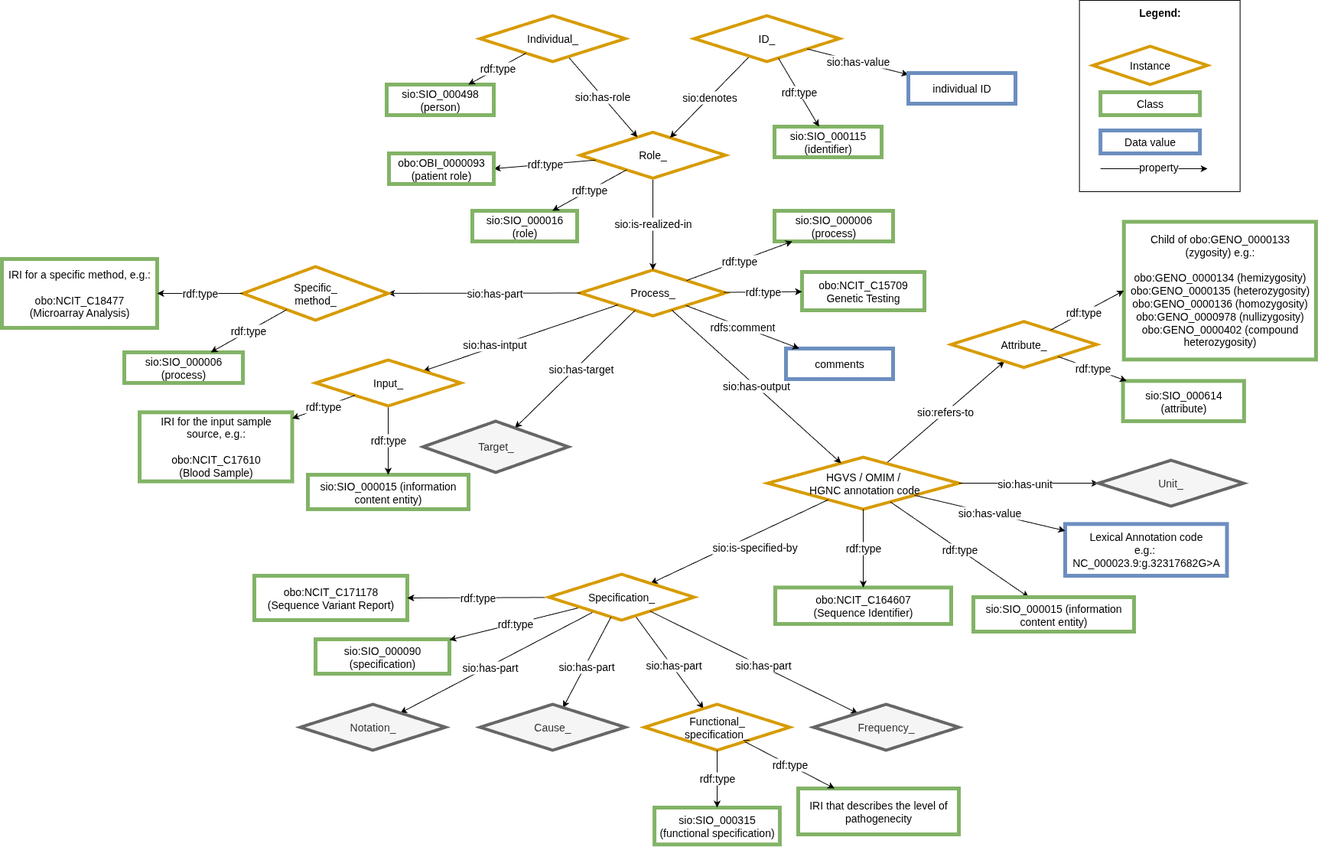
This is images/CARE-SM-Genetic.drawio.png from CARE-SM/CARE-Semantic-Model, a draw.io export, as it was before one commit. Source tidied: cells renumbered, new cells last; positions are measured from the earlier drawing's top-left corner, leaving out a move shared by most shapes.
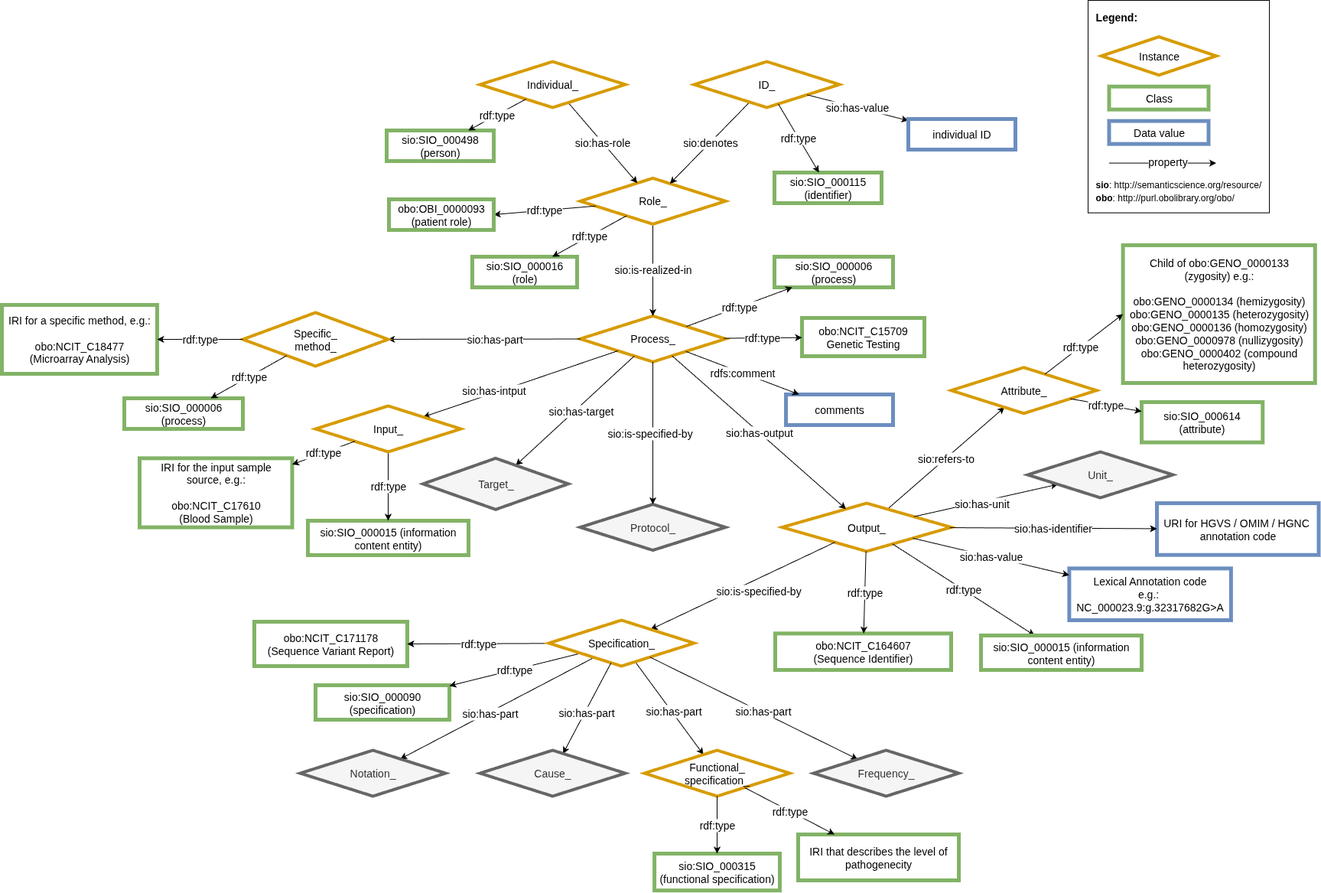
The same diagram one commit later.

What changed in the source:
```diff
@@ -5,8 +5,8 @@
     <mxCell id="2" value="sio:refers-to" style="edgeStyle=none;rounded=0;jettySize=auto;html=1;fontSize=14;" parent="1" edge="1" source="3" target="14">
       <mxGeometry relative="1" as="geometry" />
     </mxCell>
-    <mxCell id="3" value="&lt;div&gt;HGVS /&amp;nbsp;&lt;span style=&quot;background-color: transparent; color: light-dark(rgb(0, 0, 0), rgb(255, 255, 255));&quot;&gt;OMIM /&lt;/span&gt;&lt;/div&gt;&lt;div&gt;&lt;span style=&quot;background-color: transparent; color: light-dark(rgb(0, 0, 0), rgb(255, 255, 255));&quot;&gt;&amp;nbsp;&lt;/span&gt;&lt;span style=&quot;background-color: transparent; color: light-dark(rgb(0, 0, 0), rgb(255, 255, 255));&quot;&gt;HGNC annotation code&lt;/span&gt;&lt;/div&gt;" style="rhombus;whiteSpace=wrap;html=1;fillColor=#FFFFFF;strokeColor=#D79B00;perimeter=rhombusPerimeter;arcSize=20;comic=0;enumerate=0;strokeWidth=4;rounded=0;fontSize=14;" parent="1" vertex="1">
-      <mxGeometry x="1001" y="597.1" width="250" height="67.9" as="geometry" />
+    <mxCell id="3" value="&lt;div&gt;Output_&lt;/div&gt;" style="rhombus;whiteSpace=wrap;html=1;fillColor=#FFFFFF;strokeColor=#D79B00;perimeter=rhombusPerimeter;arcSize=20;comic=0;enumerate=0;strokeWidth=4;rounded=0;fontSize=14;" parent="1" vertex="1">
+      <mxGeometry x="1020" y="597.1" width="221" height="62.9" as="geometry" />
     </mxCell>
     <mxCell id="4" value="Process_" style="rhombus;whiteSpace=wrap;html=1;fillColor=#FFFFFF;strokeColor=#D79B00;perimeter=rhombusPerimeter;arcSize=20;comic=0;enumerate=0;strokeWidth=4;rounded=0;fontSize=14;" parent="1" vertex="1">
       <mxGeometry x="756" y="352.4" width="190" height="60" as="geometry" />
@@ -21,7 +21,7 @@
       <mxGeometry relative="1" as="geometry" />
     </mxCell>
     <mxCell id="8" value="&lt;font style=&quot;font-size: 14px;&quot;&gt;sio:SIO_000015 (information content entity)&lt;/font&gt;" style="whiteSpace=wrap;html=1;fillColor=#FFFFFF;strokeColor=#82b366;strokeWidth=5;fontSize=14;" parent="1" vertex="1">
-      <mxGeometry x="1270" y="780" width="210" height="45" as="geometry" />
+      <mxGeometry x="1280" y="770" width="210" height="45" as="geometry" />
     </mxCell>
     <mxCell id="9" value="Role_" style="rhombus;whiteSpace=wrap;html=1;fillColor=#FFFFFF;strokeColor=#D79B00;perimeter=rhombusPerimeter;arcSize=20;comic=0;enumerate=0;strokeWidth=4;rounded=0;fontSize=14;" parent="1" vertex="1">
       <mxGeometry x="756" y="172.4" width="190" height="60" as="geometry" />
@@ -42,7 +42,7 @@
       <mxGeometry x="1241" y="419.7" width="190" height="60" as="geometry" />
     </mxCell>
     <mxCell id="15" value="sio:SIO_000614 (attribute)" style="whiteSpace=wrap;html=1;fillColor=#FFFFFF;strokeColor=#82b366;strokeWidth=5;fontSize=14;" parent="1" vertex="1">
-      <mxGeometry x="1465.6" y="497.4" width="158.2" height="52.6" as="geometry" />
+      <mxGeometry x="1490" y="465" width="158.2" height="52.6" as="geometry" />
     </mxCell>
     <mxCell id="16" value="sio:SIO_000016 (role)" style="whiteSpace=wrap;html=1;fillColor=#FFFFFF;strokeColor=#82b366;strokeWidth=5;fontSize=14;" parent="1" vertex="1">
       <mxGeometry x="615" y="275" width="137" height="40" as="geometry" />
@@ -77,24 +77,6 @@
         <mxPoint x="13" y="-1" as="offset" />
       </mxGeometry>
     </mxCell>
-    <mxCell id="25" value="&lt;div style=&quot;text-align: left; font-size: 14px;&quot;&gt;&lt;span style=&quot;background-color: initial; font-size: 14px;&quot;&gt;&lt;b style=&quot;font-size: 14px;&quot;&gt;&lt;font style=&quot;font-size: 14px;&quot;&gt;Legend:&lt;/font&gt;&lt;/b&gt;&lt;/span&gt;&lt;/div&gt;&lt;div style=&quot;text-align: left; font-size: 14px;&quot;&gt;&lt;span style=&quot;background-color: initial; font-size: 14px;&quot;&gt;&lt;br style=&quot;font-size: 14px;&quot;&gt;&lt;/span&gt;&lt;/div&gt;&lt;div style=&quot;text-align: left; font-size: 14px;&quot;&gt;&lt;span style=&quot;background-color: initial; font-size: 14px;&quot;&gt;&lt;br style=&quot;font-size: 14px;&quot;&gt;&lt;/span&gt;&lt;/div&gt;&lt;div style=&quot;text-align: left; font-size: 14px;&quot;&gt;&lt;span style=&quot;background-color: initial; font-size: 14px;&quot;&gt;&lt;br style=&quot;font-size: 14px;&quot;&gt;&lt;/span&gt;&lt;/div&gt;&lt;div style=&quot;text-align: left; font-size: 14px;&quot;&gt;&lt;br style=&quot;font-size: 14px;&quot;&gt;&lt;/div&gt;&lt;div style=&quot;text-align: left; font-size: 14px;&quot;&gt;&lt;br style=&quot;font-size: 14px;&quot;&gt;&lt;/div&gt;&lt;div style=&quot;text-align: left; font-size: 14px;&quot;&gt;&lt;br style=&quot;font-size: 14px;&quot;&gt;&lt;/div&gt;&lt;div style=&quot;text-align: left; font-size: 14px;&quot;&gt;&lt;br style=&quot;font-size: 14px;&quot;&gt;&lt;/div&gt;&lt;div style=&quot;text-align: left; font-size: 14px;&quot;&gt;&lt;br style=&quot;font-size: 14px;&quot;&gt;&lt;/div&gt;&lt;div style=&quot;text-align: left; font-size: 14px;&quot;&gt;&lt;span style=&quot;background-color: initial; font-size: 14px;&quot;&gt;&lt;br style=&quot;font-size: 14px;&quot;&gt;&lt;/span&gt;&lt;/div&gt;&lt;div style=&quot;text-align: left; font-size: 14px;&quot;&gt;&lt;span style=&quot;background-color: initial; font-size: 14px;&quot;&gt;&lt;br style=&quot;font-size: 14px;&quot;&gt;&lt;/span&gt;&lt;/div&gt;&lt;div style=&quot;text-align: left; font-size: 14px;&quot;&gt;&lt;span style=&quot;background-color: initial; font-size: 14px;&quot;&gt;&lt;br style=&quot;font-size: 14px;&quot;&gt;&lt;/span&gt;&lt;/div&gt;&lt;div style=&quot;text-align: left; font-size: 14px;&quot;&gt;&lt;span style=&quot;background-color: initial; font-size: 14px;&quot;&gt;&lt;br style=&quot;font-size: 14px;&quot;&gt;&lt;/span&gt;&lt;/div&gt;&lt;div style=&quot;text-align: left; font-size: 14px;&quot;&gt;&lt;span style=&quot;background-color: initial; font-size: 14px;&quot;&gt;&lt;br style=&quot;font-size: 14px;&quot;&gt;&lt;/span&gt;&lt;/div&gt;" style="rounded=0;whiteSpace=wrap;html=1;fontSize=14;" parent="1" vertex="1">
-      <mxGeometry x="1408.6" width="210" height="250" as="geometry" />
-    </mxCell>
-    <mxCell id="26" value="Class" style="whiteSpace=wrap;html=1;fillColor=#FFFFFF;strokeColor=#82b366;strokeWidth=5;fontSize=14;" parent="1" vertex="1">
-      <mxGeometry x="1436.1" y="120" width="130" height="30" as="geometry" />
-    </mxCell>
-    <mxCell id="27" value="Instance" style="rhombus;whiteSpace=wrap;html=1;fillColor=#FFFFFF;strokeColor=#D79B00;rotation=0;perimeter=rhombusPerimeter;arcSize=20;comic=0;enumerate=0;strokeWidth=4;rounded=0;fontSize=14;" parent="1" vertex="1">
-      <mxGeometry x="1426.1" y="60" width="150" height="50" as="geometry" />
-    </mxCell>
-    <mxCell id="28" value="Data value" style="whiteSpace=wrap;html=1;fillColor=#FFFFFF;strokeColor=#6c8ebf;strokeWidth=5;fontSize=14;" parent="1" vertex="1">
-      <mxGeometry x="1436.1" y="170" width="130" height="30" as="geometry" />
-    </mxCell>
-    <mxCell id="29" value="property" style="rounded=0;orthogonalLoop=1;jettySize=auto;html=1;exitX=1;exitY=1;exitDx=0;exitDy=0;fontSize=14;" parent="1" edge="1">
-      <mxGeometry x="0.09" y="2" relative="1" as="geometry">
-        <mxPoint x="1436.1" y="220" as="sourcePoint" />
-        <mxPoint x="1576.1" y="220" as="targetPoint" />
-      </mxGeometry>
-    </mxCell>
     <mxCell id="30" value="rdf:type" style="edgeStyle=none;rounded=0;jettySize=auto;html=1;fontSize=14;" parent="1" edge="1" source="13" target="18">
       <mxGeometry relative="1" as="geometry" />
     </mxCell>
@@ -124,13 +106,13 @@
       <mxGeometry relative="1" as="geometry" />
     </mxCell>
     <mxCell id="38" value="&lt;span style=&quot;background-color: initial; font-size: 14px;&quot;&gt;&lt;div style=&quot;font-size: 14px;&quot;&gt;&lt;div style=&quot;font-size: 14px;&quot;&gt;&lt;div style=&quot;font-size: 14px;&quot;&gt;Child of obo:GENO_0000133 (zygosity)&amp;nbsp;&lt;span style=&quot;background-color: initial; color: light-dark(rgb(0, 0, 0), rgb(255, 255, 255));&quot;&gt;e.g.:&lt;/span&gt;&lt;/div&gt;&lt;div style=&quot;font-size: 14px;&quot;&gt;&lt;br style=&quot;font-size: 14px;&quot;&gt;&lt;/div&gt;&lt;div style=&quot;font-size: 14px;&quot;&gt;obo:GENO_0000134 (hemizygosity)&lt;/div&gt;&lt;div style=&quot;font-size: 14px;&quot;&gt;obo:GENO_0000135 (heterozygosity)&lt;/div&gt;&lt;div style=&quot;font-size: 14px;&quot;&gt;obo:GENO_0000136 (homozygosity)&lt;/div&gt;&lt;div style=&quot;font-size: 14px;&quot;&gt;obo:GENO_0000978 (nullizygosity)&lt;/div&gt;&lt;div style=&quot;font-size: 14px;&quot;&gt;obo:GENO_0000402 (compound heterozygosity)&lt;/div&gt;&lt;/div&gt;&lt;/div&gt;&lt;/span&gt;" style="whiteSpace=wrap;html=1;fillColor=#FFFFFF;strokeColor=#82b366;strokeWidth=5;fontSize=14;" parent="1" vertex="1">
-      <mxGeometry x="1466.8" y="289.4" width="251.1" height="180" as="geometry" />
+      <mxGeometry x="1465.6" y="260" width="251.1" height="180" as="geometry" />
     </mxCell>
     <mxCell id="39" value="rdf:type" style="edgeStyle=none;rounded=0;jettySize=auto;html=1;entryX=0;entryY=0.5;entryDx=0;entryDy=0;fontSize=14;" parent="1" edge="1" source="14" target="38">
       <mxGeometry x="-0.09" relative="1" as="geometry" />
     </mxCell>
     <mxCell id="40" value="&lt;div style=&quot;font-size: 14px;&quot;&gt;Lexical Annotation code&lt;/div&gt;&lt;div style=&quot;font-size: 14px;&quot;&gt;e.g.:&amp;nbsp;&lt;/div&gt;&lt;div style=&quot;font-size: 14px;&quot;&gt;NC_000023.9:g.32317682G&amp;gt;A&lt;/div&gt;" style="whiteSpace=wrap;html=1;fillColor=#FFFFFF;strokeColor=#6c8ebf;strokeWidth=5;fontSize=14;" parent="1" vertex="1">
-      <mxGeometry x="1390" y="684.4" width="211.5" height="67.6" as="geometry" />
+      <mxGeometry x="1395.4" y="682.4" width="211.5" height="67.6" as="geometry" />
     </mxCell>
     <mxCell id="41" value="rdf:type" style="edgeStyle=none;rounded=0;jettySize=auto;html=1;entryX=1;entryY=0.5;entryDx=0;entryDy=0;fontSize=14;" parent="1" edge="1" source="9" target="42">
       <mxGeometry relative="1" as="geometry" />
@@ -160,10 +142,10 @@
       <mxGeometry relative="1" as="geometry" />
     </mxCell>
     <mxCell id="50" value="Unit_" style="rhombus;whiteSpace=wrap;html=1;fillColor=#f5f5f5;strokeColor=#666666;perimeter=rhombusPerimeter;arcSize=20;comic=0;enumerate=0;strokeWidth=4;rounded=0;fontSize=14;fontColor=#333333;" parent="1" vertex="1">
-      <mxGeometry x="1433.4" y="601.1" width="190" height="60" as="geometry" />
+      <mxGeometry x="1341" y="530" width="190" height="60" as="geometry" />
     </mxCell>
     <mxCell id="51" value="Target_" style="rhombus;whiteSpace=wrap;html=1;fillColor=#f5f5f5;strokeColor=#666666;perimeter=rhombusPerimeter;arcSize=20;comic=0;enumerate=0;strokeWidth=4;rounded=0;fontColor=#333333;fontSize=14;" parent="1" vertex="1">
-      <mxGeometry x="550.5" y="550" width="190" height="67" as="geometry" />
+      <mxGeometry x="550.5" y="538.4" width="190" height="67" as="geometry" />
     </mxCell>
     <mxCell id="52" value="&lt;div style=&quot;&quot;&gt;&lt;span style=&quot;font-size: 14px; background-color: transparent; color: light-dark(rgb(0, 0, 0), rgb(255, 255, 255));&quot;&gt;obo:&lt;/span&gt;&lt;span style=&quot;background-color: transparent;&quot;&gt;NCIT_C164607&lt;/span&gt;&lt;/div&gt;&lt;div style=&quot;&quot;&gt;&lt;span style=&quot;font-size: 14px; background-color: transparent; color: light-dark(rgb(0, 0, 0), rgb(255, 255, 255));&quot;&gt;(Sequence Identifier)&lt;/span&gt;&lt;/div&gt;" style="whiteSpace=wrap;html=1;fillColor=#FFFFFF;strokeColor=#82b366;strokeWidth=5;fontSize=14;" parent="1" vertex="1">
       <mxGeometry x="1011" y="767.4" width="230" height="47.6" as="geometry" />
@@ -258,5 +240,40 @@
     <mxCell id="82" value="Notation_" style="rhombus;whiteSpace=wrap;html=1;fillColor=#f5f5f5;strokeColor=#666666;perimeter=rhombusPerimeter;arcSize=20;comic=0;enumerate=0;strokeWidth=4;rounded=0;fontSize=14;fontColor=#333333;" parent="1" vertex="1">
       <mxGeometry x="390" y="920" width="190" height="60" as="geometry" />
     </mxCell>
+    <mxCell id="83" value="&lt;div style=&quot;font-size: 14px;&quot;&gt;&lt;div&gt;URI for HGVS /&amp;nbsp;&lt;span style=&quot;background-color: transparent; color: light-dark(rgb(0, 0, 0), rgb(255, 255, 255));&quot;&gt;OMIM /&lt;/span&gt;&lt;span style=&quot;background-color: transparent; color: light-dark(rgb(0, 0, 0), rgb(255, 255, 255));&quot;&gt;&amp;nbsp;&lt;/span&gt;&lt;span style=&quot;background-color: transparent; color: light-dark(rgb(0, 0, 0), rgb(255, 255, 255));&quot;&gt;HGNC&amp;nbsp;&lt;/span&gt;&lt;/div&gt;&lt;div&gt;&lt;span style=&quot;background-color: transparent; color: light-dark(rgb(0, 0, 0), rgb(255, 255, 255));&quot;&gt;annotation code&lt;/span&gt;&lt;/div&gt;&lt;/div&gt;" style="whiteSpace=wrap;html=1;fillColor=#FFFFFF;strokeColor=#6c8ebf;strokeWidth=5;fontSize=14;" parent="1" vertex="1">
+      <mxGeometry x="1510" y="597.1" width="211.5" height="67.6" as="geometry" />
+    </mxCell>
+    <mxCell id="84" value="sio:has-identifier" style="rounded=0;jettySize=auto;html=1;fontSize=14;" parent="1" edge="1" source="3" target="83">
+      <mxGeometry relative="1" as="geometry" />
+    </mxCell>
+    <mxCell id="85" value="Protocol_" style="rhombus;whiteSpace=wrap;html=1;fillColor=#f5f5f5;strokeColor=#666666;perimeter=rhombusPerimeter;arcSize=20;comic=0;enumerate=0;strokeWidth=4;rounded=0;fontSize=14;fontColor=#333333;" parent="1" vertex="1">
+      <mxGeometry x="756" y="598.6" width="190" height="60" as="geometry" />
+    </mxCell>
+    <mxCell id="86" style="edgeStyle=none;rounded=0;jettySize=auto;html=1;strokeWidth=1;fontSize=14;" parent="1" edge="1" source="4" target="85">
+      <mxGeometry relative="1" as="geometry" />
+    </mxCell>
+    <mxCell id="87" value="sio:is-specified-by" style="edgeLabel;html=1;align=center;verticalAlign=middle;fontSize=14;" parent="86" vertex="1">
+      <mxGeometry x="-0.21" y="-1" relative="1" as="geometry">
+        <mxPoint x="-4" y="19" as="offset" />
+      </mxGeometry>
+    </mxCell>
+    <mxCell id="88" value="&lt;div style=&quot;text-align: left; font-size: 14px;&quot;&gt;&lt;span style=&quot;background-color: initial; font-size: 14px;&quot;&gt;&lt;b style=&quot;font-size: 14px;&quot;&gt;&lt;font style=&quot;font-size: 14px;&quot;&gt;Legend:&lt;/font&gt;&lt;/b&gt;&lt;/span&gt;&lt;/div&gt;&lt;div style=&quot;text-align: left; font-size: 14px;&quot;&gt;&lt;span style=&quot;background-color: initial; font-size: 14px;&quot;&gt;&lt;br style=&quot;font-size: 14px;&quot;&gt;&lt;/span&gt;&lt;/div&gt;&lt;div style=&quot;text-align: left; font-size: 14px;&quot;&gt;&lt;span style=&quot;background-color: initial; font-size: 14px;&quot;&gt;&lt;br style=&quot;font-size: 14px;&quot;&gt;&lt;/span&gt;&lt;/div&gt;&lt;div style=&quot;text-align: left; font-size: 14px;&quot;&gt;&lt;span style=&quot;background-color: initial; font-size: 14px;&quot;&gt;&lt;br style=&quot;font-size: 14px;&quot;&gt;&lt;/span&gt;&lt;/div&gt;&lt;div style=&quot;text-align: left; font-size: 14px;&quot;&gt;&lt;br style=&quot;font-size: 14px;&quot;&gt;&lt;/div&gt;&lt;div style=&quot;text-align: left; font-size: 14px;&quot;&gt;&lt;br style=&quot;font-size: 14px;&quot;&gt;&lt;/div&gt;&lt;div style=&quot;text-align: left; font-size: 14px;&quot;&gt;&lt;br style=&quot;font-size: 14px;&quot;&gt;&lt;/div&gt;&lt;div style=&quot;text-align: left; font-size: 14px;&quot;&gt;&lt;br style=&quot;font-size: 14px;&quot;&gt;&lt;/div&gt;&lt;div style=&quot;text-align: left; font-size: 14px;&quot;&gt;&lt;br style=&quot;font-size: 14px;&quot;&gt;&lt;/div&gt;&lt;div style=&quot;text-align: left; font-size: 14px;&quot;&gt;&lt;span style=&quot;background-color: initial; font-size: 14px;&quot;&gt;&lt;br style=&quot;font-size: 14px;&quot;&gt;&lt;/span&gt;&lt;/div&gt;&lt;div style=&quot;text-align: left; font-size: 14px;&quot;&gt;&lt;span style=&quot;background-color: initial; font-size: 14px;&quot;&gt;&lt;br style=&quot;font-size: 14px;&quot;&gt;&lt;/span&gt;&lt;/div&gt;&lt;div style=&quot;text-align: left; font-size: 14px;&quot;&gt;&lt;span style=&quot;background-color: initial; font-size: 14px;&quot;&gt;&lt;br style=&quot;font-size: 14px;&quot;&gt;&lt;/span&gt;&lt;/div&gt;&lt;div style=&quot;text-align: left; font-size: 14px;&quot;&gt;&lt;span style=&quot;background-color: initial; font-size: 14px;&quot;&gt;&lt;br style=&quot;font-size: 14px;&quot;&gt;&lt;/span&gt;&lt;/div&gt;&lt;div style=&quot;text-align: left; font-size: 14px;&quot;&gt;&lt;b style=&quot;background-color: transparent; color: light-dark(rgb(0, 0, 0), rgb(255, 255, 255)); font-size: 12px; text-align: center;&quot;&gt;sio&lt;/b&gt;&lt;span style=&quot;background-color: transparent; color: light-dark(rgb(0, 0, 0), rgb(255, 255, 255)); font-size: 12px; text-align: center;&quot;&gt;: http://semanticscience.org/resource/&lt;/span&gt;&lt;/div&gt;&lt;div style=&quot;text-align: left;&quot;&gt;&lt;span style=&quot;font-size: 12px; background-color: transparent; color: light-dark(rgb(0, 0, 0), rgb(255, 255, 255)); text-align: center;&quot;&gt;&lt;b&gt;obo&lt;/b&gt;:&amp;nbsp;&lt;/span&gt;&lt;span style=&quot;background-color: transparent; text-align: center; font-size: 12px;&quot;&gt;http://purl.obolibrary.org/obo/&lt;/span&gt;&lt;/div&gt;" style="rounded=0;whiteSpace=wrap;html=1;fontSize=14;" parent="1" vertex="1">
+      <mxGeometry x="1420" y="-60" width="237" height="277.6" as="geometry" />
+    </mxCell>
+    <mxCell id="26" value="Class" style="whiteSpace=wrap;html=1;fillColor=#FFFFFF;strokeColor=#82b366;strokeWidth=5;fontSize=14;" parent="1" vertex="1">
+      <mxGeometry x="1447.5" y="52.6" width="130" height="30" as="geometry" />
+    </mxCell>
+    <mxCell id="27" value="Instance" style="rhombus;whiteSpace=wrap;html=1;fillColor=#FFFFFF;strokeColor=#D79B00;rotation=0;perimeter=rhombusPerimeter;arcSize=20;comic=0;enumerate=0;strokeWidth=4;rounded=0;fontSize=14;" parent="1" vertex="1">
+      <mxGeometry x="1437.5" y="-12.4" width="150" height="50" as="geometry" />
+    </mxCell>
+    <mxCell id="28" value="Data value" style="whiteSpace=wrap;html=1;fillColor=#FFFFFF;strokeColor=#6c8ebf;strokeWidth=5;fontSize=14;" parent="1" vertex="1">
+      <mxGeometry x="1447.5" y="97.6" width="130" height="30" as="geometry" />
+    </mxCell>
+    <mxCell id="29" value="property" style="rounded=0;orthogonalLoop=1;jettySize=auto;html=1;exitX=1;exitY=1;exitDx=0;exitDy=0;fontSize=14;" parent="1" edge="1">
+      <mxGeometry x="0.09" y="2" relative="1" as="geometry">
+        <mxPoint x="1447.5" y="152.6" as="sourcePoint" />
+        <mxPoint x="1587.5" y="152.6" as="targetPoint" />
+      </mxGeometry>
+    </mxCell>
   </root>
 </mxGraphModel>
```
